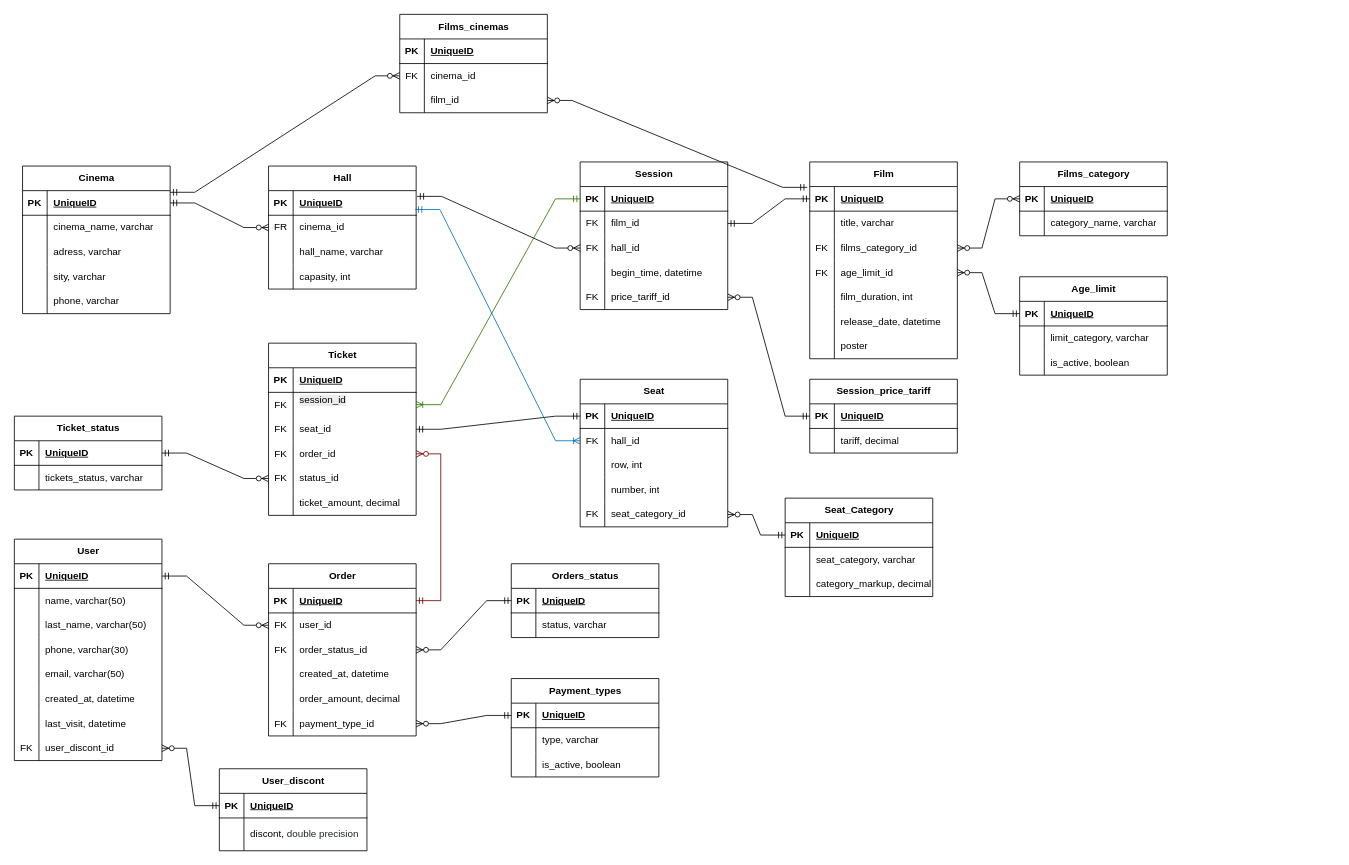
This is cinema.drawio from larisa-mama/tests, a draw.io file, before an edit. Source tidied: cells renumbered, new cells numbered last; positions are measured from the earlier drawing's top-left corner, leaving out a move shared by most shapes. Both pictures are drawn from the tidied source at 82%, with x=0, y=0 at pixel (14, 14).
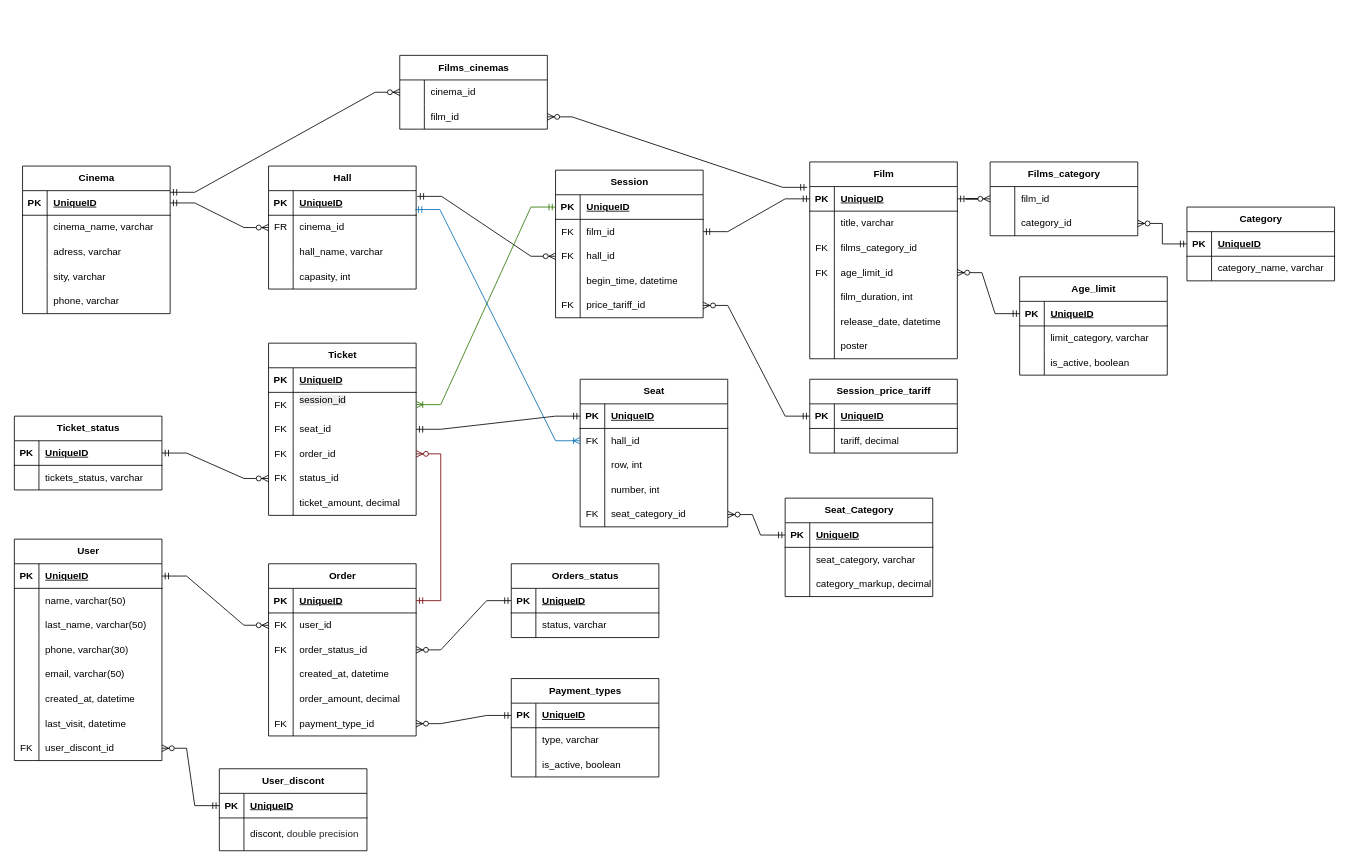
The same diagram, later.

The change refers to these unchanged cells:
```xml
<mxCell id="28" style="shape=tableRow;horizontal=0;startSize=0;swimlaneHead=0;swimlaneBody=0;fillColor=none;points=[[0,0.5],[1,0.5]];portConstraint=eastwest;top=0;left=0;right=0;bottom=1;" parent="27" vertex="1">
  <mxGeometry y="30" width="180" height="30" as="geometry" />
</mxCell>
<mxCell id="34" style="shape=tableRow;horizontal=0;startSize=0;swimlaneHead=0;swimlaneBody=0;fillColor=none;points=[[0,0.5],[1,0.5]];portConstraint=eastwest;top=0;left=0;right=0;bottom=0;" parent="27" vertex="1">
  <mxGeometry y="90" width="180" height="30" as="geometry" />
</mxCell>
<mxCell id="60" style="shape=tableRow;horizontal=0;startSize=0;swimlaneHead=0;swimlaneBody=0;fillColor=none;points=[[0,0.5],[1,0.5]];portConstraint=eastwest;top=0;left=0;right=0;bottom=1;" parent="59" vertex="1">
  <mxGeometry y="30" width="180" height="30" as="geometry" />
</mxCell>
```

Change to the diagram source:
```diff
@@
-    <mxCell id="59" value="Films_category" style="shape=table;startSize=30;childLayout=tableLayout;rowLines=0;fontStyle=1;align=center;html=1;" parent="1" vertex="1">
-      <mxGeometry x="1226" y="180" width="180" height="90" as="geometry" />
+    <mxCell id="59" value="Category" style="shape=table;startSize=30;childLayout=tableLayout;rowLines=0;fontStyle=1;align=center;html=1;" parent="1" vertex="1">
+      <mxGeometry x="1430" y="235" width="180" height="90" as="geometry" />
     </mxCell>
@@
     <mxCell id="122" value="Session" style="shape=table;startSize=30;childLayout=tableLayout;rowLines=0;fontStyle=1;align=center;html=1;" parent="1" vertex="1">
-      <mxGeometry x="690" y="180" width="180" height="180" as="geometry" />
+      <mxGeometry x="660" y="190" width="180" height="180" as="geometry" />
     </mxCell>
@@
     <mxCell id="221" value="Films_cinemas" style="shape=table;startSize=30;childLayout=tableLayout;rowLines=0;fontStyle=1;align=center;html=1;" parent="1" vertex="1">
-      <mxGeometry x="470" width="180" height="120" as="geometry" />
+      <mxGeometry x="470" y="50" width="180" height="90" as="geometry" />
     </mxCell>
-    <mxCell id="222" style="shape=tableRow;horizontal=0;startSize=0;swimlaneHead=0;swimlaneBody=0;fillColor=none;top=0;left=0;right=0;bottom=1;" parent="221" vertex="1">
-      <mxGeometry y="30" width="180" height="30" as="geometry" />
-    </mxCell>
-    <mxCell id="223" value="PK" style="shape=partialRectangle;fillColor=none;top=0;left=0;bottom=0;right=0;fontStyle=1;overflow=hidden;whiteSpace=wrap;html=1;" parent="222" vertex="1">
-      <mxGeometry width="30" height="30" as="geometry" />
-    </mxCell>
-    <mxCell id="224" value="UniqueID" style="shape=partialRectangle;fillColor=none;top=0;left=0;bottom=0;right=0;align=left;spacingLeft=6;fontStyle=5;overflow=hidden;whiteSpace=wrap;html=1;" parent="222" vertex="1">
-      <mxGeometry x="30" width="150" height="30" as="geometry" />
-    </mxCell>
     <mxCell id="225" style="shape=tableRow;horizontal=0;startSize=0;swimlaneHead=0;swimlaneBody=0;fillColor=none;points=[[0,0.5],[1,0.5]];portConstraint=eastwest;top=0;left=0;right=0;bottom=0;" parent="221" vertex="1">
-      <mxGeometry y="60" width="180" height="30" as="geometry" />
+      <mxGeometry y="30" width="180" height="30" as="geometry" />
     </mxCell>
-    <mxCell id="226" value="FK" style="shape=partialRectangle;fillColor=none;top=0;left=0;bottom=0;right=0;overflow=hidden;whiteSpace=wrap;html=1;" parent="225" vertex="1">
+    <mxCell id="226" style="shape=partialRectangle;fillColor=none;top=0;left=0;bottom=0;right=0;overflow=hidden;whiteSpace=wrap;html=1;" parent="225" vertex="1">
       <mxGeometry width="30" height="30" as="geometry" />
     </mxCell>
@@
     <mxCell id="228" style="shape=tableRow;horizontal=0;startSize=0;swimlaneHead=0;swimlaneBody=0;fillColor=none;points=[[0,0.5],[1,0.5]];portConstraint=eastwest;top=0;left=0;right=0;bottom=0;" parent="221" vertex="1">
-      <mxGeometry y="90" width="180" height="30" as="geometry" />
+      <mxGeometry y="60" width="180" height="30" as="geometry" />
     </mxCell>
@@
-    <mxCell id="240" style="edgeStyle=entityRelationEdgeStyle;fontSize=12;html=1;endArrow=ERzeroToMany;endFill=1;startArrow=ERzeroToMany;rounded=0;entryX=0;entryY=0.5;entryDx=0;entryDy=0;" parent="1" edge="1" source="34" target="60">
-      <mxGeometry relative="1" as="geometry" />
-    </mxCell>
+    <mxCell id="241" value="Films_category" style="shape=table;startSize=30;childLayout=tableLayout;rowLines=0;fontStyle=1;align=center;html=1;" parent="1" vertex="1">
+      <mxGeometry x="1190" y="180" width="180" height="90" as="geometry" />
+    </mxCell>
+    <mxCell id="242" style="shape=tableRow;horizontal=0;startSize=0;swimlaneHead=0;swimlaneBody=0;fillColor=none;points=[[0,0.5],[1,0.5]];portConstraint=eastwest;top=0;left=0;right=0;bottom=0;" parent="241" vertex="1">
+      <mxGeometry y="30" width="180" height="30" as="geometry" />
+    </mxCell>
+    <mxCell id="243" style="shape=partialRectangle;fillColor=none;top=0;left=0;bottom=0;right=0;overflow=hidden;whiteSpace=wrap;html=1;" parent="242" vertex="1">
+      <mxGeometry width="30" height="30" as="geometry" />
+    </mxCell>
+    <mxCell id="244" value="film_id" style="shape=partialRectangle;fillColor=none;top=0;left=0;bottom=0;right=0;align=left;spacingLeft=6;overflow=hidden;whiteSpace=wrap;html=1;" parent="242" vertex="1">
+      <mxGeometry x="30" width="150" height="30" as="geometry" />
+    </mxCell>
+    <mxCell id="245" style="shape=tableRow;horizontal=0;startSize=0;swimlaneHead=0;swimlaneBody=0;fillColor=none;points=[[0,0.5],[1,0.5]];portConstraint=eastwest;top=0;left=0;right=0;bottom=0;" parent="241" vertex="1">
+      <mxGeometry y="60" width="180" height="30" as="geometry" />
+    </mxCell>
+    <mxCell id="246" style="shape=partialRectangle;fillColor=none;top=0;left=0;bottom=0;right=0;overflow=hidden;whiteSpace=wrap;html=1;" parent="245" vertex="1">
+      <mxGeometry width="30" height="30" as="geometry" />
+    </mxCell>
+    <mxCell id="247" value="category_id" style="shape=partialRectangle;fillColor=none;top=0;left=0;bottom=0;right=0;align=left;spacingLeft=6;overflow=hidden;whiteSpace=wrap;html=1;" parent="245" vertex="1">
+      <mxGeometry x="30" width="150" height="30" as="geometry" />
+    </mxCell>
+    <mxCell id="248" style="edgeStyle=entityRelationEdgeStyle;fontSize=12;html=1;endArrow=ERzeroToMany;startArrow=ERmandOne;rounded=0;exitX=0;exitY=0.5;exitDx=0;exitDy=0;" parent="1" edge="1" source="60" target="245">
+      <mxGeometry relative="1" as="geometry" />
+    </mxCell>
+    <mxCell id="249" style="edgeStyle=entityRelationEdgeStyle;fontSize=12;html=1;endArrow=ERzeroToMany;startArrow=ERmandOne;rounded=0;exitX=1;exitY=0.5;exitDx=0;exitDy=0;entryX=0;entryY=0.5;entryDx=0;entryDy=0;" parent="1" edge="1" source="28" target="242">
+      <mxGeometry relative="1" as="geometry" />
+    </mxCell>
```
